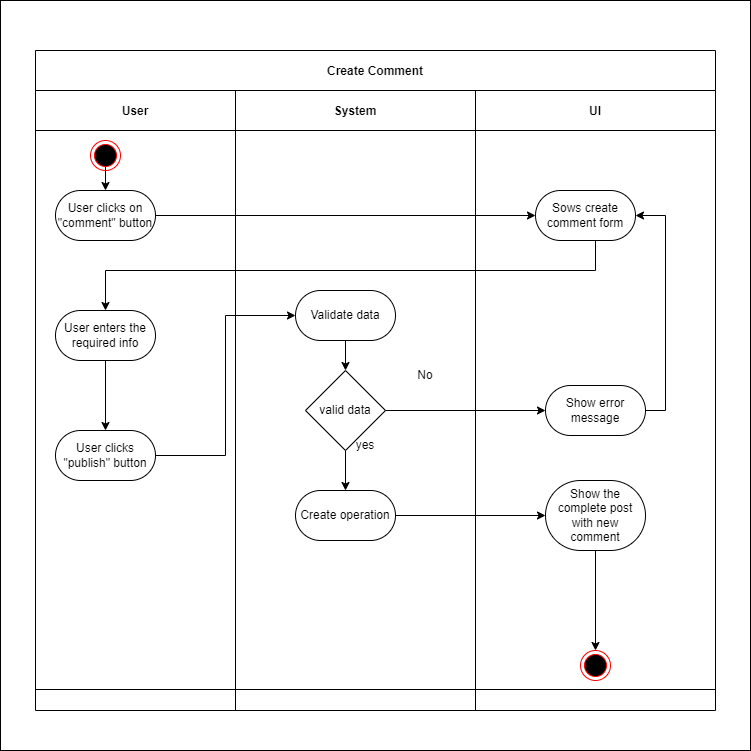
This is docs/UseCaseManageComments/UCCreateComment.drawio.png from millisom/GluGuide, a draw.io export, as it was before one commit. Source tidied: cells renumbered, new cells last; positions are measured from the earlier drawing's top-left corner, leaving out a move shared by most shapes.
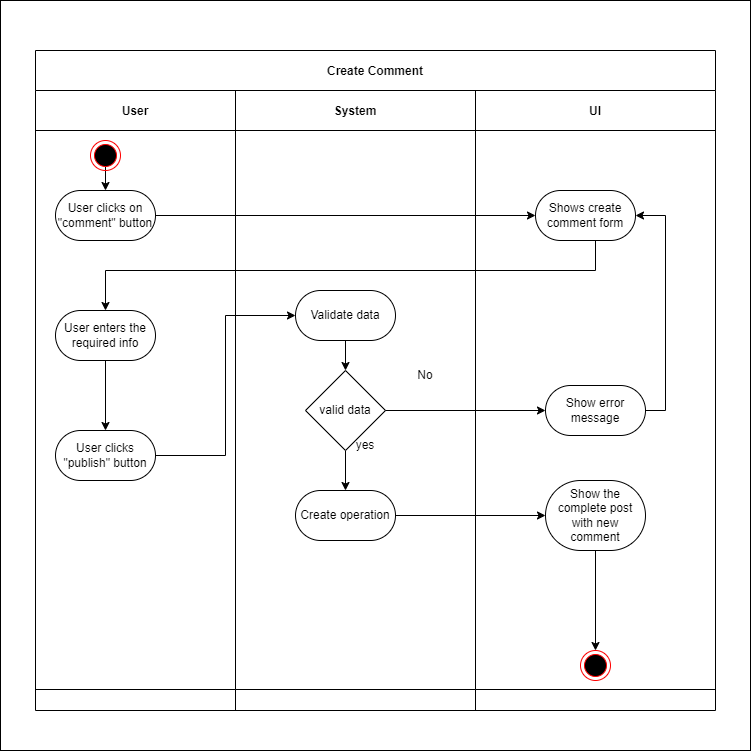
Above is the later version.

What changed in the source:
```diff
@@ -61,7 +61,7 @@
     <mxCell id="20" value="UI" style="swimlane;swimlaneHead=0;swimlaneBody=0;fillColor=none;startSize=40;fontStyle=1;" parent="4" vertex="1">
       <mxGeometry x="440" width="240" height="599" as="geometry" />
     </mxCell>
-    <mxCell id="21" value="Sows create comment form" style="rounded=1;whiteSpace=wrap;html=1;arcSize=50;" parent="20" vertex="1">
+    <mxCell id="21" value="Shows create comment form" style="rounded=1;whiteSpace=wrap;html=1;arcSize=50;" parent="20" vertex="1">
       <mxGeometry x="60" y="100" width="100" height="50" as="geometry" />
     </mxCell>
     <mxCell id="22" style="edgeStyle=orthogonalEdgeStyle;rounded=0;jettySize=auto;html=1;exitX=1;exitY=0.5;exitDx=0;exitDy=0;entryX=1;entryY=0.5;entryDx=0;entryDy=0;" parent="20" edge="1" source="23" target="21">
```
